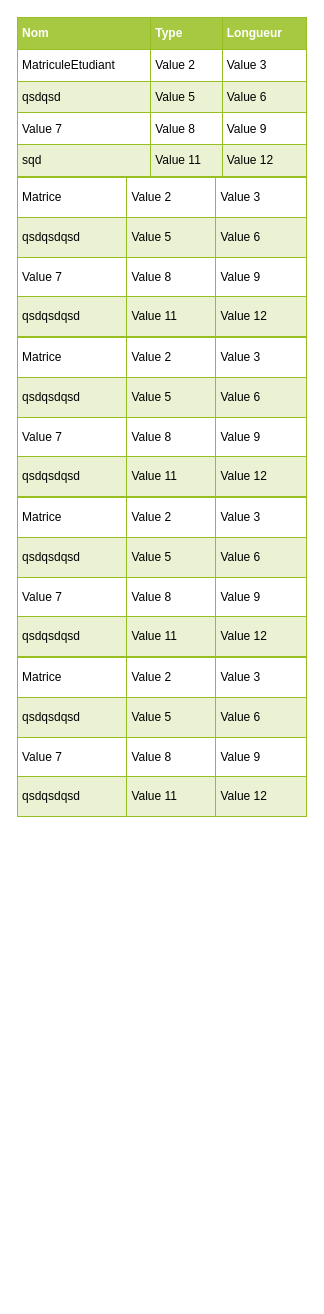
Earlier version of the draw.io diagram Conceptions/Merise/DictionnaireDonnée.drawio (JAMALEEY/Application-de-gestion-d-cole-BETA). Source tidied: cells renumbered, new cells numbered last; positions are measured from the earlier drawing's top-left corner, leaving out a move shared by most shapes. Both pictures are drawn from the tidied source at 100%, with x=0, y=0 at pixel (17, 17).
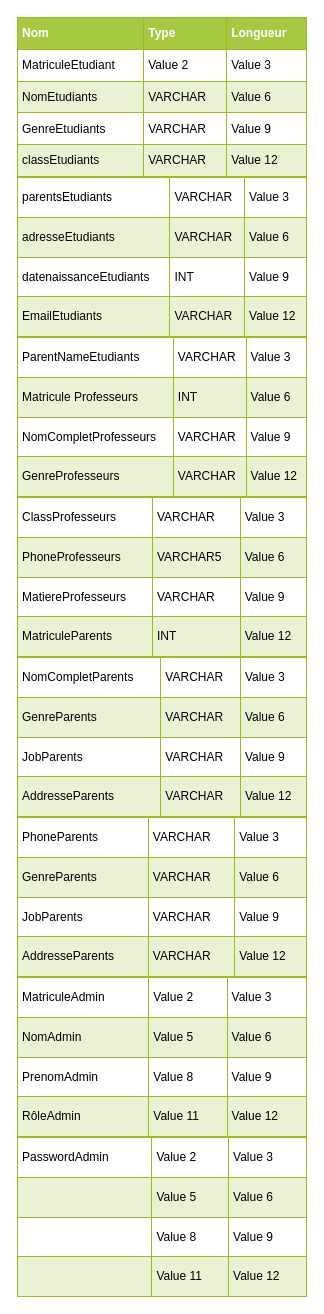
After the change.

The edit, as a diff of the source:
```diff
@@
 <mxGraphModel>
   <root>
     <mxCell id="0" />
     <mxCell id="1" parent="0" />
-    <mxCell id="2" value="&lt;table border=&quot;1&quot; width=&quot;100%&quot; cellpadding=&quot;4&quot; style=&quot;width: 100% ; height: 100% ; border-collapse: collapse&quot;&gt;&lt;tbody&gt;&lt;tr style=&quot;background-color: #a7c942 ; color: #ffffff ; border: 1px solid #98bf21&quot;&gt;&lt;th align=&quot;left&quot;&gt;Nom&lt;/th&gt;&lt;th align=&quot;left&quot;&gt;Type&lt;/th&gt;&lt;th align=&quot;left&quot;&gt;Longueur&lt;/th&gt;&lt;/tr&gt;&lt;tr style=&quot;border: 1px solid #98bf21&quot;&gt;&lt;td&gt;MatriculeEtudiant&lt;/td&gt;&lt;td&gt;Value 2&lt;/td&gt;&lt;td&gt;Value 3&lt;/td&gt;&lt;/tr&gt;&lt;tr style=&quot;background-color: #eaf2d3 ; border: 1px solid #98bf21&quot;&gt;&lt;td&gt;&lt;font color=&quot;#030303&quot;&gt;qsdqsd&lt;/font&gt;&lt;/td&gt;&lt;td&gt;Value 5&lt;/td&gt;&lt;td&gt;Value 6&lt;/td&gt;&lt;/tr&gt;&lt;tr style=&quot;border: 1px solid #98bf21&quot;&gt;&lt;td&gt;Value 7&lt;/td&gt;&lt;td&gt;Value 8&lt;/td&gt;&lt;td&gt;Value 9&lt;/td&gt;&lt;/tr&gt;&lt;tr style=&quot;background-color: #eaf2d3 ; border: 1px solid #98bf21&quot;&gt;&lt;td&gt;&lt;font color=&quot;#030303&quot;&gt;sqd&lt;/font&gt;&lt;/td&gt;&lt;td&gt;Value 11&lt;/td&gt;&lt;td&gt;Value 12&lt;/td&gt;&lt;/tr&gt;&lt;/tbody&gt;&lt;/table&gt;" style="text;html=1;overflow=fill;rounded=0;" parent="1" vertex="1">
+    <mxCell id="2" value="&lt;table border=&quot;1&quot; width=&quot;100%&quot; cellpadding=&quot;4&quot; style=&quot;width: 100% ; height: 100% ; border-collapse: collapse&quot;&gt;&lt;tbody&gt;&lt;tr style=&quot;background-color: #a7c942 ; color: #ffffff ; border: 1px solid #98bf21&quot;&gt;&lt;th align=&quot;left&quot;&gt;Nom&lt;/th&gt;&lt;th align=&quot;left&quot;&gt;Type&lt;/th&gt;&lt;th align=&quot;left&quot;&gt;Longueur&lt;/th&gt;&lt;/tr&gt;&lt;tr style=&quot;border: 1px solid #98bf21&quot;&gt;&lt;td&gt;MatriculeEtudiant&lt;/td&gt;&lt;td&gt;Value 2&lt;/td&gt;&lt;td&gt;Value 3&lt;/td&gt;&lt;/tr&gt;&lt;tr style=&quot;background-color: #eaf2d3 ; border: 1px solid #98bf21&quot;&gt;&lt;td&gt;&lt;font color=&quot;#030303&quot;&gt;NomEtudiants&lt;/font&gt;&lt;/td&gt;&lt;td&gt;&lt;font color=&quot;#030303&quot;&gt;VARCHAR&lt;/font&gt;&lt;/td&gt;&lt;td&gt;Value 6&lt;/td&gt;&lt;/tr&gt;&lt;tr style=&quot;border: 1px solid #98bf21&quot;&gt;&lt;td&gt;GenreEtudiants&lt;/td&gt;&lt;td&gt;VARCHAR&lt;/td&gt;&lt;td&gt;Value 9&lt;/td&gt;&lt;/tr&gt;&lt;tr style=&quot;background-color: #eaf2d3 ; border: 1px solid #98bf21&quot;&gt;&lt;td&gt;&lt;font color=&quot;#030303&quot;&gt;classEtudiants&lt;/font&gt;&lt;/td&gt;&lt;td&gt;&lt;font color=&quot;#030303&quot;&gt;VARCHAR&lt;/font&gt;&lt;/td&gt;&lt;td&gt;Value 12&lt;/td&gt;&lt;/tr&gt;&lt;/tbody&gt;&lt;/table&gt;" style="text;html=1;overflow=fill;rounded=0;" parent="1" vertex="1">
       <mxGeometry width="290" height="160" as="geometry" />
     </mxCell>
-    <mxCell id="3" value="&lt;table border=&quot;1&quot; width=&quot;100%&quot; cellpadding=&quot;4&quot; style=&quot;width: 100% ; height: 100% ; border-collapse: collapse&quot;&gt;&lt;tbody&gt;&lt;tr style=&quot;border: 1px solid #98bf21&quot;&gt;&lt;td&gt;Matrice&lt;/td&gt;&lt;td&gt;Value 2&lt;/td&gt;&lt;td&gt;Value 3&lt;/td&gt;&lt;/tr&gt;&lt;tr style=&quot;background-color: #eaf2d3 ; border: 1px solid #98bf21&quot;&gt;&lt;td&gt;&lt;font color=&quot;#030303&quot;&gt;qsdqsdqsd&lt;/font&gt;&lt;/td&gt;&lt;td&gt;Value 5&lt;/td&gt;&lt;td&gt;Value 6&lt;/td&gt;&lt;/tr&gt;&lt;tr style=&quot;border: 1px solid #98bf21&quot;&gt;&lt;td&gt;Value 7&lt;/td&gt;&lt;td&gt;Value 8&lt;/td&gt;&lt;td&gt;Value 9&lt;/td&gt;&lt;/tr&gt;&lt;tr style=&quot;background-color: #eaf2d3 ; border: 1px solid #98bf21&quot;&gt;&lt;td&gt;&lt;font color=&quot;#030303&quot;&gt;qsdqsdqsd&lt;/font&gt;&lt;/td&gt;&lt;td&gt;Value 11&lt;/td&gt;&lt;td&gt;Value 12&lt;/td&gt;&lt;/tr&gt;&lt;/tbody&gt;&lt;/table&gt;" style="text;html=1;overflow=fill;rounded=0;" parent="1" vertex="1">
+    <mxCell id="3" value="&lt;table border=&quot;1&quot; width=&quot;100%&quot; cellpadding=&quot;4&quot; style=&quot;width: 100% ; height: 100% ; border-collapse: collapse&quot;&gt;&lt;tbody&gt;&lt;tr style=&quot;border: 1px solid #98bf21&quot;&gt;&lt;td&gt;parentsEtudiants&lt;/td&gt;&lt;td&gt;VARCHAR&lt;/td&gt;&lt;td&gt;Value 3&lt;/td&gt;&lt;/tr&gt;&lt;tr style=&quot;background-color: #eaf2d3 ; border: 1px solid #98bf21&quot;&gt;&lt;td&gt;&lt;font color=&quot;#030303&quot;&gt;adresseEtudiants&lt;/font&gt;&lt;/td&gt;&lt;td&gt;&lt;font color=&quot;#030303&quot;&gt;VARCHAR&lt;/font&gt;&lt;/td&gt;&lt;td&gt;Value 6&lt;/td&gt;&lt;/tr&gt;&lt;tr style=&quot;border: 1px solid #98bf21&quot;&gt;&lt;td&gt;datenaissanceEtudiants&lt;/td&gt;&lt;td&gt;INT&lt;/td&gt;&lt;td&gt;Value 9&lt;/td&gt;&lt;/tr&gt;&lt;tr style=&quot;background-color: #eaf2d3 ; border: 1px solid #98bf21&quot;&gt;&lt;td&gt;&lt;font color=&quot;#030303&quot;&gt;EmailEtudiants&lt;/font&gt;&lt;/td&gt;&lt;td&gt;&lt;font color=&quot;#030303&quot;&gt;VARCHAR&lt;/font&gt;&lt;/td&gt;&lt;td&gt;Value 12&lt;/td&gt;&lt;/tr&gt;&lt;/tbody&gt;&lt;/table&gt;" style="text;html=1;overflow=fill;rounded=0;" parent="1" vertex="1">
       <mxGeometry y="160" width="290" height="160" as="geometry" />
     </mxCell>
-    <mxCell id="4" value="&lt;table border=&quot;1&quot; width=&quot;100%&quot; cellpadding=&quot;4&quot; style=&quot;width: 100% ; height: 100% ; border-collapse: collapse&quot;&gt;&lt;tbody&gt;&lt;tr style=&quot;border: 1px solid #98bf21&quot;&gt;&lt;td&gt;Matrice&lt;/td&gt;&lt;td&gt;Value 2&lt;/td&gt;&lt;td&gt;Value 3&lt;/td&gt;&lt;/tr&gt;&lt;tr style=&quot;background-color: #eaf2d3 ; border: 1px solid #98bf21&quot;&gt;&lt;td&gt;&lt;font color=&quot;#030303&quot;&gt;qsdqsdqsd&lt;/font&gt;&lt;/td&gt;&lt;td&gt;Value 5&lt;/td&gt;&lt;td&gt;Value 6&lt;/td&gt;&lt;/tr&gt;&lt;tr style=&quot;border: 1px solid #98bf21&quot;&gt;&lt;td&gt;Value 7&lt;/td&gt;&lt;td&gt;Value 8&lt;/td&gt;&lt;td&gt;Value 9&lt;/td&gt;&lt;/tr&gt;&lt;tr style=&quot;background-color: #eaf2d3 ; border: 1px solid #98bf21&quot;&gt;&lt;td&gt;&lt;font color=&quot;#030303&quot;&gt;qsdqsdqsd&lt;/font&gt;&lt;/td&gt;&lt;td&gt;Value 11&lt;/td&gt;&lt;td&gt;Value 12&lt;/td&gt;&lt;/tr&gt;&lt;/tbody&gt;&lt;/table&gt;" style="text;html=1;overflow=fill;rounded=0;" parent="1" vertex="1">
+    <mxCell id="4" value="&lt;table border=&quot;1&quot; width=&quot;100%&quot; cellpadding=&quot;4&quot; style=&quot;width: 100% ; height: 100% ; border-collapse: collapse&quot;&gt;&lt;tbody&gt;&lt;tr style=&quot;border: 1px solid #98bf21&quot;&gt;&lt;td&gt;ParentNameEtudiants&lt;/td&gt;&lt;td&gt;VARCHAR&lt;/td&gt;&lt;td&gt;Value 3&lt;/td&gt;&lt;/tr&gt;&lt;tr style=&quot;background-color: #eaf2d3 ; border: 1px solid #98bf21&quot;&gt;&lt;td&gt;&lt;font color=&quot;#030303&quot;&gt;Matricule&amp;nbsp;Professeurs&lt;/font&gt;&lt;/td&gt;&lt;td&gt;&lt;font color=&quot;#030303&quot;&gt;INT&lt;/font&gt;&lt;/td&gt;&lt;td&gt;Value 6&lt;/td&gt;&lt;/tr&gt;&lt;tr style=&quot;border: 1px solid #98bf21&quot;&gt;&lt;td&gt;NomCompletProfesseurs&lt;/td&gt;&lt;td&gt;VARCHAR&lt;/td&gt;&lt;td&gt;Value 9&lt;/td&gt;&lt;/tr&gt;&lt;tr style=&quot;background-color: #eaf2d3 ; border: 1px solid #98bf21&quot;&gt;&lt;td&gt;&lt;font color=&quot;#030303&quot;&gt;GenreProfesseurs&lt;/font&gt;&lt;/td&gt;&lt;td&gt;&lt;font color=&quot;#030303&quot;&gt;VARCHAR&lt;/font&gt;&lt;/td&gt;&lt;td&gt;Value 12&lt;/td&gt;&lt;/tr&gt;&lt;/tbody&gt;&lt;/table&gt;" style="text;html=1;overflow=fill;rounded=0;" parent="1" vertex="1">
       <mxGeometry y="320" width="290" height="160" as="geometry" />
     </mxCell>
-    <mxCell id="5" value="&lt;table border=&quot;1&quot; width=&quot;100%&quot; cellpadding=&quot;4&quot; style=&quot;width: 100% ; height: 100% ; border-collapse: collapse&quot;&gt;&lt;tbody&gt;&lt;tr style=&quot;border: 1px solid #98bf21&quot;&gt;&lt;td&gt;Matrice&lt;/td&gt;&lt;td&gt;Value 2&lt;/td&gt;&lt;td&gt;Value 3&lt;/td&gt;&lt;/tr&gt;&lt;tr style=&quot;background-color: #eaf2d3 ; border: 1px solid #98bf21&quot;&gt;&lt;td&gt;&lt;font color=&quot;#030303&quot;&gt;qsdqsdqsd&lt;/font&gt;&lt;/td&gt;&lt;td&gt;Value 5&lt;/td&gt;&lt;td&gt;Value 6&lt;/td&gt;&lt;/tr&gt;&lt;tr style=&quot;border: 1px solid #98bf21&quot;&gt;&lt;td&gt;Value 7&lt;/td&gt;&lt;td&gt;Value 8&lt;/td&gt;&lt;td&gt;Value 9&lt;/td&gt;&lt;/tr&gt;&lt;tr style=&quot;background-color: #eaf2d3 ; border: 1px solid #98bf21&quot;&gt;&lt;td&gt;&lt;font color=&quot;#030303&quot;&gt;qsdqsdqsd&lt;/font&gt;&lt;/td&gt;&lt;td&gt;Value 11&lt;/td&gt;&lt;td&gt;Value 12&lt;/td&gt;&lt;/tr&gt;&lt;/tbody&gt;&lt;/table&gt;" style="text;html=1;overflow=fill;rounded=0;" parent="1" vertex="1">
+    <mxCell id="5" value="&lt;table border=&quot;1&quot; width=&quot;100%&quot; cellpadding=&quot;4&quot; style=&quot;width: 100% ; height: 100% ; border-collapse: collapse&quot;&gt;&lt;tbody&gt;&lt;tr style=&quot;border: 1px solid #98bf21&quot;&gt;&lt;td&gt;ClassProfesseurs&lt;/td&gt;&lt;td&gt;VARCHAR&lt;/td&gt;&lt;td&gt;Value 3&lt;/td&gt;&lt;/tr&gt;&lt;tr style=&quot;background-color: #eaf2d3 ; border: 1px solid #98bf21&quot;&gt;&lt;td&gt;&lt;font color=&quot;#030303&quot;&gt;PhoneProfesseurs&lt;/font&gt;&lt;/td&gt;&lt;td&gt;&lt;font color=&quot;#030303&quot;&gt;VARCHAR5&lt;/font&gt;&lt;/td&gt;&lt;td&gt;Value 6&lt;/td&gt;&lt;/tr&gt;&lt;tr style=&quot;border: 1px solid #98bf21&quot;&gt;&lt;td&gt;MatiereProfesseurs&lt;/td&gt;&lt;td&gt;VARCHAR&lt;/td&gt;&lt;td&gt;Value 9&lt;/td&gt;&lt;/tr&gt;&lt;tr style=&quot;background-color: #eaf2d3 ; border: 1px solid #98bf21&quot;&gt;&lt;td&gt;&lt;font color=&quot;#030303&quot;&gt;MatriculeParents&lt;/font&gt;&lt;br&gt;&lt;/td&gt;&lt;td&gt;&lt;font color=&quot;#030303&quot;&gt;INT&lt;/font&gt;&lt;/td&gt;&lt;td&gt;Value 12&lt;/td&gt;&lt;/tr&gt;&lt;/tbody&gt;&lt;/table&gt;" style="text;html=1;overflow=fill;rounded=0;" parent="1" vertex="1">
       <mxGeometry y="480" width="290" height="160" as="geometry" />
     </mxCell>
-    <mxCell id="6" value="&lt;table border=&quot;1&quot; width=&quot;100%&quot; cellpadding=&quot;4&quot; style=&quot;width: 100% ; height: 100% ; border-collapse: collapse&quot;&gt;&lt;tbody&gt;&lt;tr style=&quot;border: 1px solid #98bf21&quot;&gt;&lt;td&gt;Matrice&lt;/td&gt;&lt;td&gt;Value 2&lt;/td&gt;&lt;td&gt;Value 3&lt;/td&gt;&lt;/tr&gt;&lt;tr style=&quot;background-color: #eaf2d3 ; border: 1px solid #98bf21&quot;&gt;&lt;td&gt;&lt;font color=&quot;#030303&quot;&gt;qsdqsdqsd&lt;/font&gt;&lt;/td&gt;&lt;td&gt;Value 5&lt;/td&gt;&lt;td&gt;Value 6&lt;/td&gt;&lt;/tr&gt;&lt;tr style=&quot;border: 1px solid #98bf21&quot;&gt;&lt;td&gt;Value 7&lt;/td&gt;&lt;td&gt;Value 8&lt;/td&gt;&lt;td&gt;Value 9&lt;/td&gt;&lt;/tr&gt;&lt;tr style=&quot;background-color: #eaf2d3 ; border: 1px solid #98bf21&quot;&gt;&lt;td&gt;&lt;font color=&quot;#030303&quot;&gt;qsdqsdqsd&lt;/font&gt;&lt;/td&gt;&lt;td&gt;Value 11&lt;/td&gt;&lt;td&gt;Value 12&lt;/td&gt;&lt;/tr&gt;&lt;/tbody&gt;&lt;/table&gt;" style="text;html=1;overflow=fill;rounded=0;" parent="1" vertex="1">
+    <mxCell id="6" value="&lt;table border=&quot;1&quot; width=&quot;100%&quot; cellpadding=&quot;4&quot; style=&quot;width: 100% ; height: 100% ; border-collapse: collapse&quot;&gt;&lt;tbody&gt;&lt;tr style=&quot;border: 1px solid #98bf21&quot;&gt;&lt;td&gt;NomCompletParents&lt;/td&gt;&lt;td&gt;VARCHAR&lt;/td&gt;&lt;td&gt;Value 3&lt;/td&gt;&lt;/tr&gt;&lt;tr style=&quot;background-color: #eaf2d3 ; border: 1px solid #98bf21&quot;&gt;&lt;td&gt;&lt;font color=&quot;#030303&quot;&gt;GenreParents&lt;/font&gt;&lt;/td&gt;&lt;td&gt;&lt;font color=&quot;#030303&quot;&gt;VARCHAR&lt;/font&gt;&lt;/td&gt;&lt;td&gt;Value 6&lt;/td&gt;&lt;/tr&gt;&lt;tr style=&quot;border: 1px solid #98bf21&quot;&gt;&lt;td&gt;JobParents&lt;/td&gt;&lt;td&gt;VARCHAR&lt;/td&gt;&lt;td&gt;Value 9&lt;/td&gt;&lt;/tr&gt;&lt;tr style=&quot;background-color: #eaf2d3 ; border: 1px solid #98bf21&quot;&gt;&lt;td&gt;&lt;font color=&quot;#030303&quot;&gt;AddresseParents&lt;/font&gt;&lt;/td&gt;&lt;td&gt;&lt;font color=&quot;#030303&quot;&gt;VARCHAR&lt;/font&gt;&lt;/td&gt;&lt;td&gt;Value 12&lt;/td&gt;&lt;/tr&gt;&lt;/tbody&gt;&lt;/table&gt;" style="text;html=1;overflow=fill;rounded=0;" parent="1" vertex="1">
       <mxGeometry y="640" width="290" height="160" as="geometry" />
     </mxCell>
+    <mxCell id="7" value="&lt;table border=&quot;1&quot; width=&quot;100%&quot; cellpadding=&quot;4&quot; style=&quot;width: 100% ; height: 100% ; border-collapse: collapse&quot;&gt;&lt;tbody&gt;&lt;tr style=&quot;border: 1px solid #98bf21&quot;&gt;&lt;td&gt;PhoneParents&lt;/td&gt;&lt;td&gt;VARCHAR&lt;/td&gt;&lt;td&gt;Value 3&lt;/td&gt;&lt;/tr&gt;&lt;tr style=&quot;background-color: #eaf2d3 ; border: 1px solid #98bf21&quot;&gt;&lt;td&gt;&lt;font color=&quot;#030303&quot;&gt;GenreParents&lt;/font&gt;&lt;/td&gt;&lt;td&gt;&lt;font color=&quot;#030303&quot;&gt;VARCHAR&lt;/font&gt;&lt;/td&gt;&lt;td&gt;Value 6&lt;/td&gt;&lt;/tr&gt;&lt;tr style=&quot;border: 1px solid #98bf21&quot;&gt;&lt;td&gt;JobParents&lt;/td&gt;&lt;td&gt;VARCHAR&lt;/td&gt;&lt;td&gt;Value 9&lt;/td&gt;&lt;/tr&gt;&lt;tr style=&quot;background-color: #eaf2d3 ; border: 1px solid #98bf21&quot;&gt;&lt;td&gt;&lt;font color=&quot;#030303&quot;&gt;AddresseParents&lt;/font&gt;&lt;/td&gt;&lt;td&gt;&lt;font color=&quot;#030303&quot;&gt;VARCHAR&lt;/font&gt;&lt;/td&gt;&lt;td&gt;Value 12&lt;/td&gt;&lt;/tr&gt;&lt;/tbody&gt;&lt;/table&gt;" style="text;html=1;overflow=fill;rounded=0;" parent="1" vertex="1">
+      <mxGeometry y="800" width="290" height="160" as="geometry" />
+    </mxCell>
+    <mxCell id="8" value="&lt;table border=&quot;1&quot; width=&quot;100%&quot; cellpadding=&quot;4&quot; style=&quot;width: 100% ; height: 100% ; border-collapse: collapse&quot;&gt;&lt;tbody&gt;&lt;tr style=&quot;border: 1px solid #98bf21&quot;&gt;&lt;td&gt;MatriculeAdmin&lt;/td&gt;&lt;td&gt;Value 2&lt;/td&gt;&lt;td&gt;Value 3&lt;/td&gt;&lt;/tr&gt;&lt;tr style=&quot;background-color: #eaf2d3 ; border: 1px solid #98bf21&quot;&gt;&lt;td&gt;&lt;font color=&quot;#030303&quot;&gt;NomAdmin&lt;/font&gt;&lt;/td&gt;&lt;td&gt;Value 5&lt;/td&gt;&lt;td&gt;Value 6&lt;/td&gt;&lt;/tr&gt;&lt;tr style=&quot;border: 1px solid #98bf21&quot;&gt;&lt;td&gt;PrenomAdmin&lt;/td&gt;&lt;td&gt;Value 8&lt;/td&gt;&lt;td&gt;Value 9&lt;/td&gt;&lt;/tr&gt;&lt;tr style=&quot;background-color: #eaf2d3 ; border: 1px solid #98bf21&quot;&gt;&lt;td&gt;&lt;font color=&quot;#030303&quot;&gt;RôleAdmin&lt;/font&gt;&lt;/td&gt;&lt;td&gt;Value 11&lt;/td&gt;&lt;td&gt;Value 12&lt;/td&gt;&lt;/tr&gt;&lt;/tbody&gt;&lt;/table&gt;" style="text;html=1;overflow=fill;rounded=0;" parent="1" vertex="1">
+      <mxGeometry y="960" width="290" height="160" as="geometry" />
+    </mxCell>
+    <mxCell id="9" value="&lt;table border=&quot;1&quot; width=&quot;100%&quot; cellpadding=&quot;4&quot; style=&quot;width: 100% ; height: 100% ; border-collapse: collapse&quot;&gt;&lt;tbody&gt;&lt;tr style=&quot;border: 1px solid #98bf21&quot;&gt;&lt;td&gt;PasswordAdmin&lt;/td&gt;&lt;td&gt;Value 2&lt;/td&gt;&lt;td&gt;Value 3&lt;/td&gt;&lt;/tr&gt;&lt;tr style=&quot;background-color: #eaf2d3 ; border: 1px solid #98bf21&quot;&gt;&lt;td&gt;&lt;/td&gt;&lt;td&gt;Value 5&lt;/td&gt;&lt;td&gt;Value 6&lt;/td&gt;&lt;/tr&gt;&lt;tr style=&quot;border: 1px solid #98bf21&quot;&gt;&lt;td&gt;&lt;br&gt;&lt;/td&gt;&lt;td&gt;Value 8&lt;/td&gt;&lt;td&gt;Value 9&lt;/td&gt;&lt;/tr&gt;&lt;tr style=&quot;background-color: #eaf2d3 ; border: 1px solid #98bf21&quot;&gt;&lt;td&gt;&lt;br&gt;&lt;/td&gt;&lt;td&gt;Value 11&lt;/td&gt;&lt;td&gt;Value 12&lt;/td&gt;&lt;/tr&gt;&lt;/tbody&gt;&lt;/table&gt;" style="text;html=1;overflow=fill;rounded=0;" parent="1" vertex="1">
+      <mxGeometry y="1120" width="290" height="160" as="geometry" />
+    </mxCell>
   </root>
 </mxGraphModel>
```
